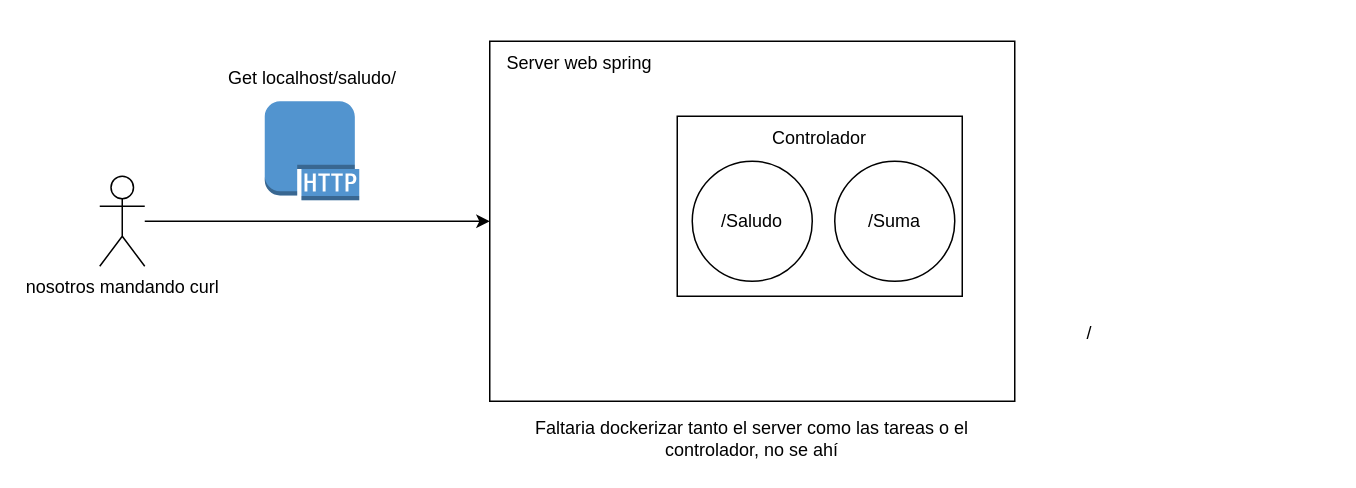
Fedesin/sdypp-Salazar-Scafati-Simone keeps this draw.io diagram as TP1/ej7/Diagrama sin título.drawio. Above is the earlier version. Source tidied: cells renumbered, new cells numbered last; positions are measured from the earlier drawing's top-left corner, leaving out a move shared by most shapes. Both pictures are drawn from the tidied source at 150%, with x=0, y=0 at pixel (99, 40).
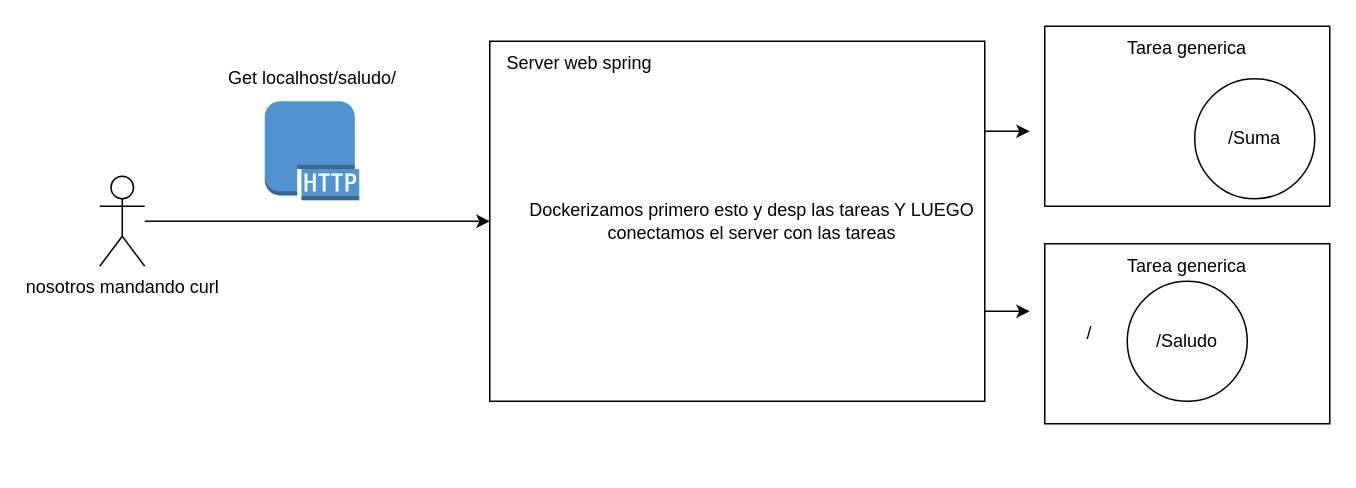
The same diagram, later.

What changed in the source:
```diff
@@
 <mxGraphModel>
   <root>
     <mxCell id="0" />
     <mxCell id="1" parent="0" />
+    <mxCell id="14" style="rounded=0;whiteSpace=wrap;html=1;" parent="1" vertex="1">
+      <mxGeometry x="630" y="135" width="190" height="120" as="geometry" />
+    </mxCell>
+    <mxCell id="15" style="edgeStyle=orthogonalEdgeStyle;rounded=0;jettySize=auto;html=1;exitX=1;exitY=0.25;exitDx=0;exitDy=0;" parent="1" edge="1" source="2">
+      <mxGeometry relative="1" as="geometry">
+        <mxPoint x="620" y="60" as="targetPoint" />
+      </mxGeometry>
+    </mxCell>
+    <mxCell id="16" style="edgeStyle=orthogonalEdgeStyle;rounded=0;jettySize=auto;html=1;exitX=1;exitY=0.75;exitDx=0;exitDy=0;" parent="1" edge="1" source="2">
+      <mxGeometry relative="1" as="geometry">
+        <mxPoint x="620" y="180" as="targetPoint" />
+      </mxGeometry>
+    </mxCell>
     <mxCell id="2" style="rounded=0;whiteSpace=wrap;html=1;" parent="1" vertex="1">
-      <mxGeometry x="260" width="350" height="240" as="geometry" />
+      <mxGeometry x="260" width="330" height="240" as="geometry" />
     </mxCell>
     <mxCell id="3" style="rounded=0;whiteSpace=wrap;html=1;" parent="1" vertex="1">
-      <mxGeometry x="385" y="50" width="190" height="120" as="geometry" />
+      <mxGeometry x="630" y="-10" width="190" height="120" as="geometry" />
     </mxCell>
     <mxCell id="4" style="edgeStyle=orthogonalEdgeStyle;rounded=0;jettySize=auto;html=1;" parent="1" edge="1" source="5" target="2">
       <mxGeometry relative="1" as="geometry" />
     </mxCell>
     <mxCell id="5" value="&lt;div&gt;nosotros mandando curl&lt;br&gt;&lt;/div&gt;" style="shape=umlActor;verticalLabelPosition=bottom;verticalAlign=top;html=1;outlineConnect=0;" parent="1" vertex="1">
       <mxGeometry y="90" width="30" height="60" as="geometry" />
     </mxCell>
     <mxCell id="6" style="dashed=0;verticalLabelPosition=bottom;verticalAlign=top;align=center;html=1;shape=mxgraph.aws3.http_protocol;fillColor=#5294CF;gradientColor=none;" parent="1" vertex="1">
       <mxGeometry x="110" y="40" width="63" height="66" as="geometry" />
     </mxCell>
     <mxCell id="7" value="Get localhost/saludo/" style="text;html=1;strokeColor=none;fillColor=none;align=center;verticalAlign=middle;whiteSpace=wrap;rounded=0;" parent="1" vertex="1">
       <mxGeometry x="81.5" y="10" width="120" height="30" as="geometry" />
     </mxCell>
     <mxCell id="8" value="Server web spring" style="text;html=1;strokeColor=none;fillColor=none;align=center;verticalAlign=middle;whiteSpace=wrap;rounded=0;" parent="1" vertex="1">
       <mxGeometry x="260" width="120" height="30" as="geometry" />
     </mxCell>
     <mxCell id="9" value="/Saludo" style="ellipse;whiteSpace=wrap;html=1;" parent="1" vertex="1">
-      <mxGeometry x="395" y="80" width="80" height="80" as="geometry" />
+      <mxGeometry x="685" y="160" width="80" height="80" as="geometry" />
     </mxCell>
-    <mxCell id="10" value="Controlador" style="text;html=1;strokeColor=none;fillColor=none;align=center;verticalAlign=middle;whiteSpace=wrap;rounded=0;" parent="1" vertex="1">
-      <mxGeometry x="450" y="50" width="60" height="30" as="geometry" />
+    <mxCell id="10" value="Tarea generica" style="text;html=1;strokeColor=none;fillColor=none;align=center;verticalAlign=middle;whiteSpace=wrap;rounded=0;" parent="1" vertex="1">
+      <mxGeometry x="670" y="-10" width="110" height="30" as="geometry" />
     </mxCell>
-    <mxCell id="11" value="Faltaria dockerizar tanto el server como las tareas o el controlador, no se ahí" style="text;html=1;strokeColor=none;fillColor=none;align=center;verticalAlign=middle;whiteSpace=wrap;rounded=0;" parent="1" vertex="1">
-      <mxGeometry x="260" y="250" width="350" height="30" as="geometry" />
+    <mxCell id="11" value="&lt;div&gt;Dockerizamos primero esto y desp las tareas Y LUEGO&lt;/div&gt;&lt;div&gt;conectamos el server con las tareas&lt;br&gt;&lt;/div&gt;" style="text;html=1;strokeColor=none;fillColor=none;align=center;verticalAlign=middle;whiteSpace=wrap;rounded=0;" parent="1" vertex="1">
+      <mxGeometry x="260" y="105" width="350" height="30" as="geometry" />
     </mxCell>
     <mxCell id="12" value="/" style="text;html=1;strokeColor=none;fillColor=none;align=center;verticalAlign=middle;whiteSpace=wrap;rounded=0;" parent="1" vertex="1">
       <mxGeometry x="630" y="180" width="60" height="30" as="geometry" />
     </mxCell>
     <mxCell id="13" value="/Suma" style="ellipse;whiteSpace=wrap;html=1;" parent="1" vertex="1">
-      <mxGeometry x="490" y="80" width="80" height="80" as="geometry" />
+      <mxGeometry x="730" y="25" width="80" height="80" as="geometry" />
     </mxCell>
+    <mxCell id="17" value="Tarea generica" style="text;html=1;strokeColor=none;fillColor=none;align=center;verticalAlign=middle;whiteSpace=wrap;rounded=0;" parent="1" vertex="1">
+      <mxGeometry x="670" y="135" width="110" height="30" as="geometry" />
+    </mxCell>
   </root>
 </mxGraphModel>
```
